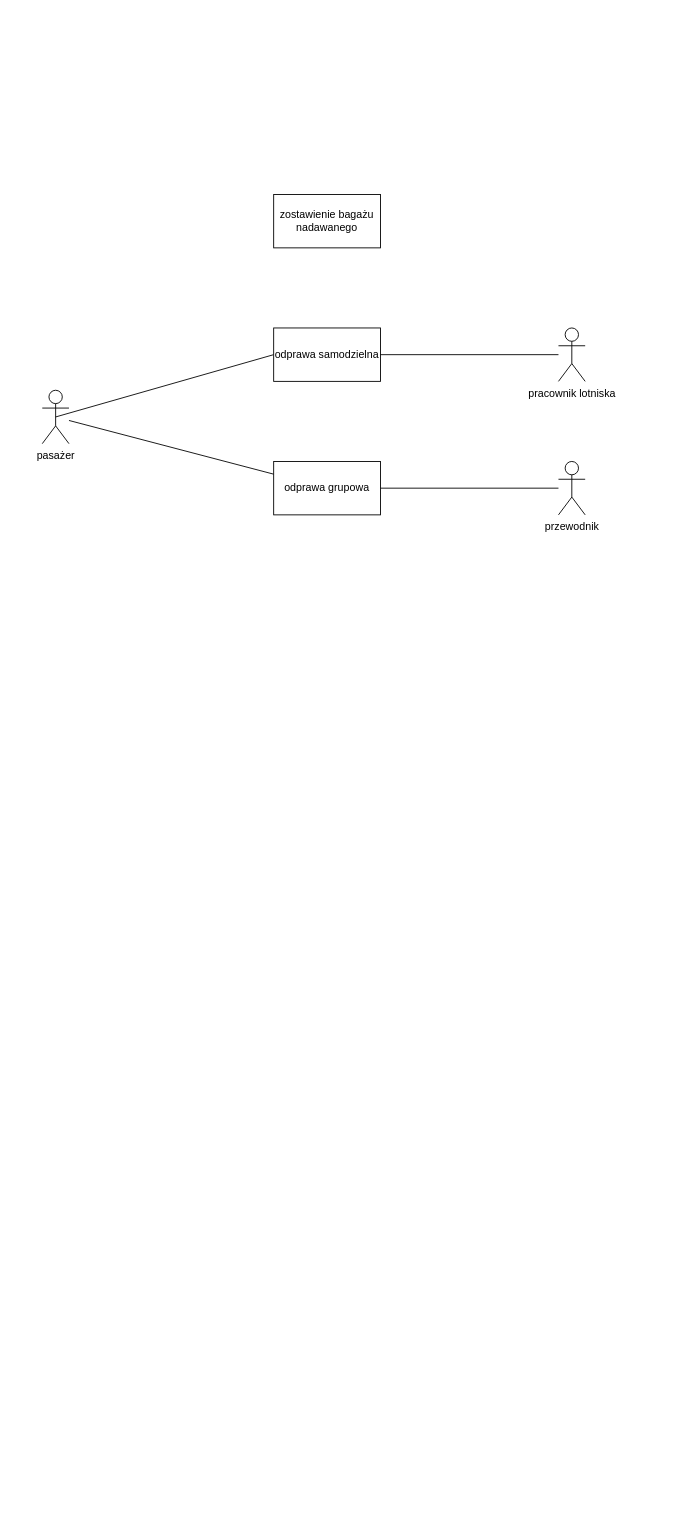
AdrMAr5/AdrMAr5 keeps this draw.io diagram as lotnisko.drawio. Above is the earlier version. Source tidied: cells renumbered, new cells numbered last; positions are measured from the earlier drawing's top-left corner, leaving out a move shared by most shapes. Both pictures are drawn from the tidied source at 89%, with x=0, y=0 at pixel (42, 194).
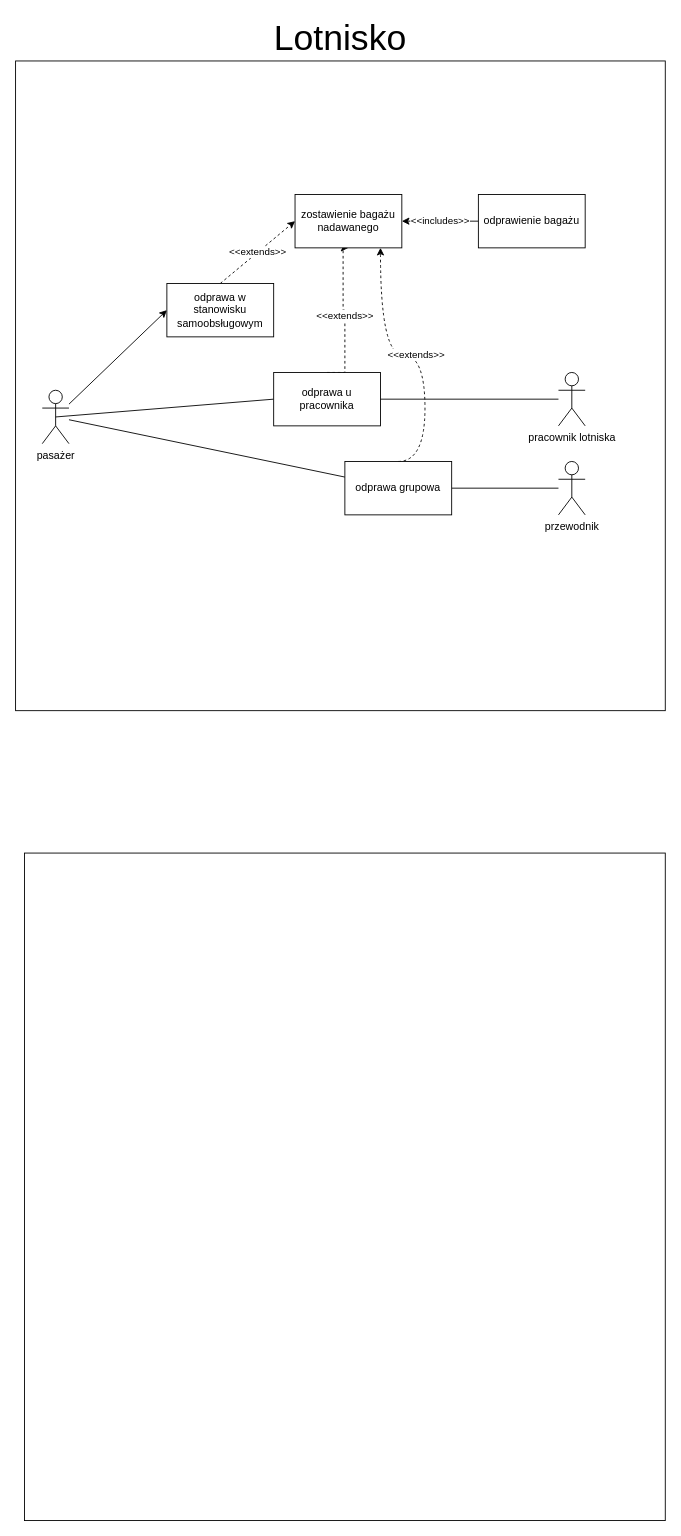
Above is the later version.

The change refers to these unchanged cells:
```xml
<mxCell id="4" value="pasażer&lt;br&gt;" style="shape=umlActor;verticalLabelPosition=bottom;verticalAlign=top;html=1;outlineConnect=0;" parent="1" vertex="1">
  <mxGeometry y="220" width="30" height="60" as="geometry" />
</mxCell>
```

Change to the diagram source:
```diff
@@
+    <mxCell id="12" style="rounded=0;jettySize=auto;html=1;entryX=0;entryY=0.5;entryDx=0;entryDy=0;" parent="1" edge="1" source="4" target="18">
+      <mxGeometry relative="1" as="geometry" />
+    </mxCell>
@@
+    <mxCell id="13" value="&amp;lt;&amp;lt;extends&amp;gt;&amp;gt;" style="edgeStyle=orthogonalEdgeStyle;rounded=0;orthogonalLoop=1;jettySize=auto;html=1;exitX=0.5;exitY=0;exitDx=0;exitDy=0;entryX=0.5;entryY=1;entryDx=0;entryDy=0;dashed=1;" parent="1" edge="1">
+      <mxGeometry relative="1" as="geometry">
+        <mxPoint x="320" y="200" as="sourcePoint" />
+        <mxPoint x="344" y="60" as="targetPoint" />
+        <Array as="points">
+          <mxPoint x="340" y="200" />
+          <mxPoint x="340" y="130" />
+          <mxPoint x="338" y="130" />
+          <mxPoint x="338" y="60" />
+        </Array>
+      </mxGeometry>
+    </mxCell>
-    <mxCell id="7" value="odprawa samodzielna" style="rounded=0;whiteSpace=wrap;html=1;" parent="1" vertex="1">
-      <mxGeometry x="260" y="150" width="120" height="60" as="geometry" />
+    <mxCell id="7" value="odprawa u pracownika" style="rounded=0;whiteSpace=wrap;html=1;" parent="1" vertex="1">
+      <mxGeometry x="260" y="200" width="120" height="60" as="geometry" />
     </mxCell>
@@
     <mxCell id="9" value="pracownik lotniska" style="shape=umlActor;verticalLabelPosition=bottom;verticalAlign=top;html=1;outlineConnect=0;" parent="1" vertex="1">
-      <mxGeometry x="580" y="150" width="30" height="60" as="geometry" />
+      <mxGeometry x="580" y="200" width="30" height="60" as="geometry" />
     </mxCell>
+    <mxCell id="14" value="&amp;lt;&amp;lt;extends&amp;gt;&amp;gt;" style="edgeStyle=orthogonalEdgeStyle;rounded=0;jettySize=auto;html=1;exitX=0.5;exitY=0;exitDx=0;exitDy=0;curved=1;dashed=1;" parent="1" edge="1" source="10" target="11">
+      <mxGeometry relative="1" as="geometry">
+        <Array as="points">
+          <mxPoint x="430" y="300" />
+          <mxPoint x="430" y="180" />
+          <mxPoint x="380" y="180" />
+        </Array>
+      </mxGeometry>
+    </mxCell>
     <mxCell id="10" value="odprawa grupowa" style="rounded=0;whiteSpace=wrap;html=1;" parent="1" vertex="1">
-      <mxGeometry x="260" y="300" width="120" height="60" as="geometry" />
+      <mxGeometry x="340" y="300" width="120" height="60" as="geometry" />
     </mxCell>
+    <mxCell id="15" value="&amp;lt;&amp;lt;includes&amp;gt;&amp;gt;" style="edgeStyle=orthogonalEdgeStyle;rounded=0;jettySize=auto;html=1;exitX=1;exitY=0.5;exitDx=0;exitDy=0;entryX=0;entryY=0.5;entryDx=0;entryDy=0;endArrow=none;endFill=0;startArrow=classic;startFill=1;" parent="1" edge="1" source="11" target="16">
+      <mxGeometry relative="1" as="geometry" />
+    </mxCell>
     <mxCell id="11" value="zostawienie bagażu nadawanego" style="rounded=0;whiteSpace=wrap;html=1;" parent="1" vertex="1">
-      <mxGeometry x="260" width="120" height="60" as="geometry" />
+      <mxGeometry x="284" width="120" height="60" as="geometry" />
     </mxCell>
+    <mxCell id="16" value="odprawienie bagażu" style="rounded=0;whiteSpace=wrap;html=1;" parent="1" vertex="1">
+      <mxGeometry x="490" width="120" height="60" as="geometry" />
+    </mxCell>
+    <mxCell id="17" value="&amp;lt;&amp;lt;extends&amp;gt;&amp;gt;" style="rounded=0;jettySize=auto;html=1;exitX=0.5;exitY=0;exitDx=0;exitDy=0;entryX=0;entryY=0.5;entryDx=0;entryDy=0;endArrow=classic;endFill=1;dashed=1;" parent="1" edge="1" source="18" target="11">
+      <mxGeometry relative="1" as="geometry" />
+    </mxCell>
+    <mxCell id="18" value="odprawa w stanowisku samoobsługowym" style="rounded=0;whiteSpace=wrap;html=1;" parent="1" vertex="1">
+      <mxGeometry x="140" y="100" width="120" height="60" as="geometry" />
+    </mxCell>
+    <mxCell id="19" value="&lt;font style=&quot;font-size: 40px;&quot;&gt;Lotnisko&lt;/font&gt;" style="whiteSpace=wrap;html=1;fillColor=none;labelPosition=center;verticalLabelPosition=top;align=center;verticalAlign=bottom;" parent="1" vertex="1">
+      <mxGeometry x="-30" y="-150" width="730" height="730" as="geometry" />
+    </mxCell>
+    <mxCell id="20" style="rounded=0;whiteSpace=wrap;html=1;fillColor=none;" parent="1" vertex="1">
+      <mxGeometry x="-20" y="740" width="720" height="750" as="geometry" />
+    </mxCell>
```
